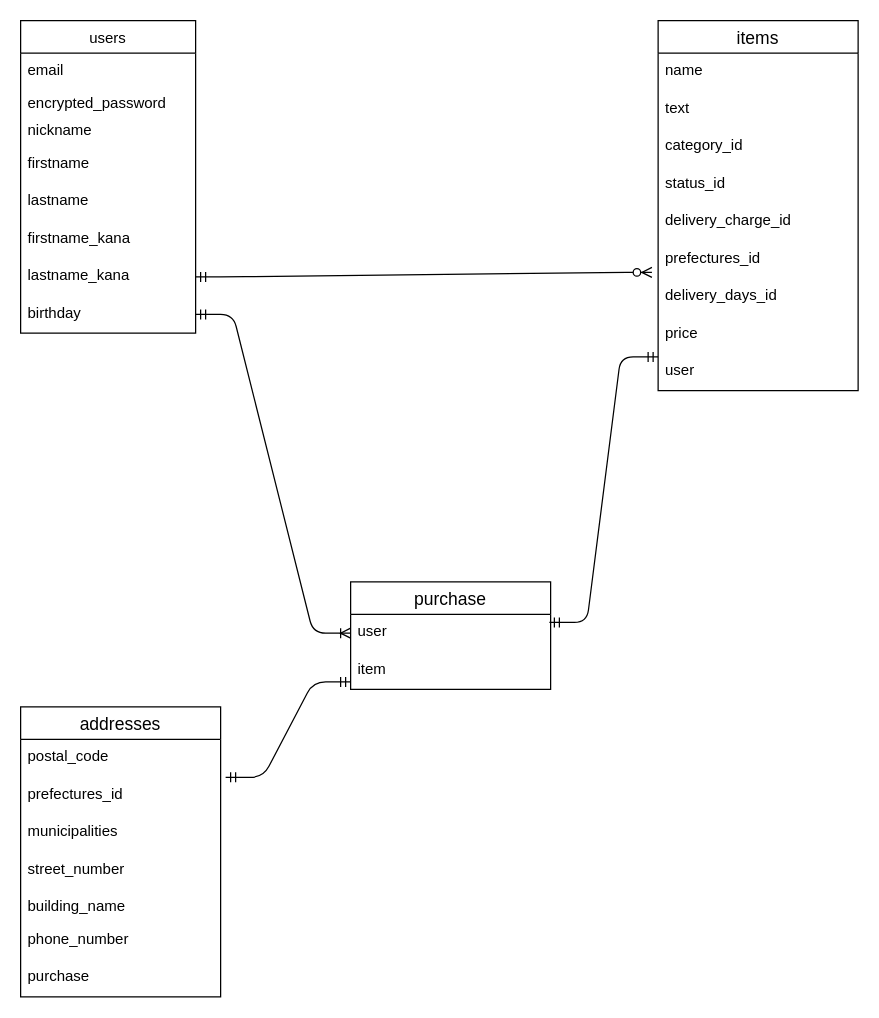
kaz-taka-1/furima-35593 keeps this draw.io diagram as furima.dio. Above is the earlier version. Source tidied: cells renumbered, new cells numbered last; positions are measured from the earlier drawing's top-left corner, leaving out a move shared by most shapes. Both pictures are drawn from the tidied source at 125%, with x=0, y=0 at pixel (20, 20).
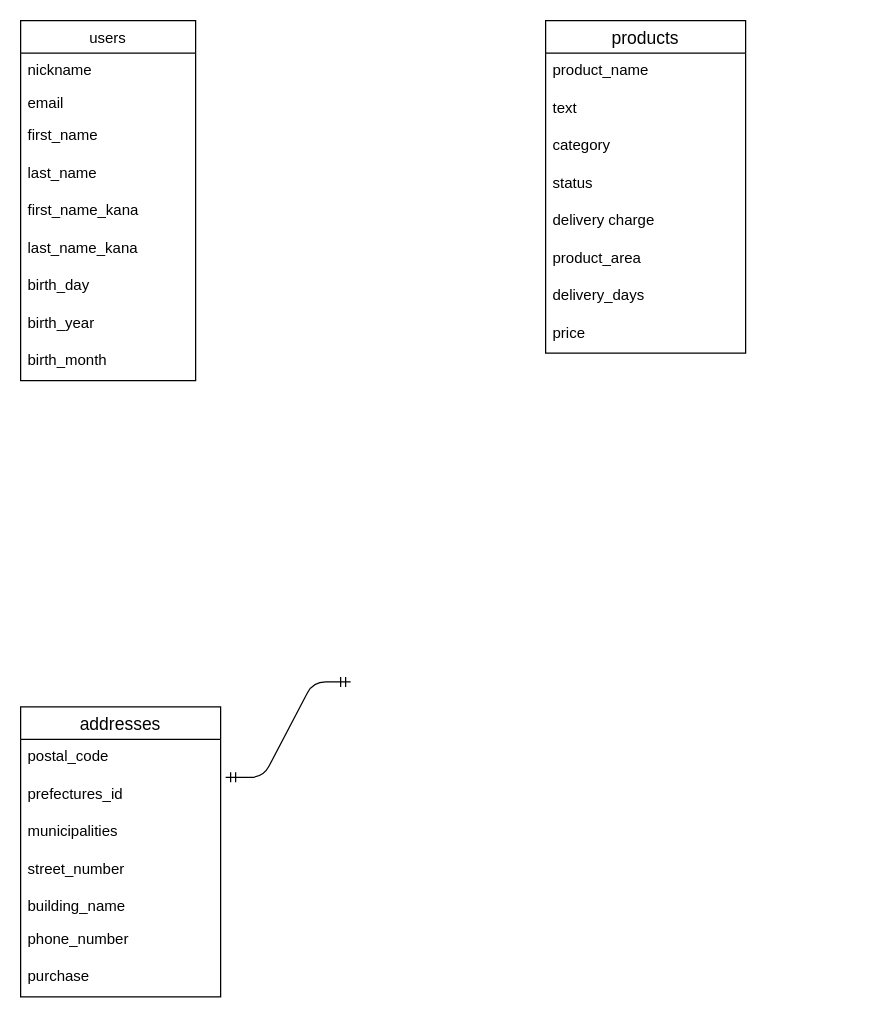
After the change.

Diff of the diagram source:
```diff
@@
     <mxCell id="2" value="users" style="swimlane;fontStyle=0;horizontal=1;startSize=26;fillColor=none;" parent="1" vertex="1">
-      <mxGeometry width="140" height="250" as="geometry" />
+      <mxGeometry width="140" height="288" as="geometry" />
     </mxCell>
+    <mxCell id="5" value="nickname" style="text;strokeColor=none;fillColor=none;align=left;verticalAlign=top;spacingLeft=4;spacingRight=4;overflow=hidden;" parent="2" vertex="1">
+      <mxGeometry y="26" width="140" height="26" as="geometry" />
+    </mxCell>
     <mxCell id="3" value="email" style="text;strokeColor=none;fillColor=none;align=left;verticalAlign=top;spacingLeft=4;spacingRight=4;overflow=hidden;" parent="2" vertex="1">
-      <mxGeometry y="26" width="140" height="26" as="geometry" />
+      <mxGeometry y="52" width="140" height="26" as="geometry" />
     </mxCell>
-    <mxCell id="4" value="encrypted_password" style="text;strokeColor=none;fillColor=none;align=left;verticalAlign=top;spacingLeft=4;spacingRight=4;overflow=hidden;" parent="2" vertex="1">
-      <mxGeometry y="52" width="140" height="22" as="geometry" />
-    </mxCell>
-    <mxCell id="5" value="nickname" style="text;strokeColor=none;fillColor=none;align=left;verticalAlign=top;spacingLeft=4;spacingRight=4;overflow=hidden;" parent="2" vertex="1">
-      <mxGeometry y="74" width="140" height="26" as="geometry" />
-    </mxCell>
-    <mxCell id="6" value="firstname" style="text;strokeColor=none;fillColor=none;spacingLeft=4;spacingRight=4;overflow=hidden;fontSize=12;" parent="2" vertex="1">
-      <mxGeometry y="100" width="140" height="30" as="geometry" />
+    <mxCell id="6" value="first_name" style="text;strokeColor=none;fillColor=none;spacingLeft=4;spacingRight=4;overflow=hidden;fontSize=12;" parent="2" vertex="1">
+      <mxGeometry y="78" width="140" height="30" as="geometry" />
     </mxCell>
-    <mxCell id="7" value="lastname" style="text;strokeColor=none;fillColor=none;spacingLeft=4;spacingRight=4;overflow=hidden;fontSize=12;" parent="2" vertex="1">
-      <mxGeometry y="130" width="140" height="30" as="geometry" />
+    <mxCell id="7" value="last_name" style="text;strokeColor=none;fillColor=none;spacingLeft=4;spacingRight=4;overflow=hidden;fontSize=12;" parent="2" vertex="1">
+      <mxGeometry y="108" width="140" height="30" as="geometry" />
     </mxCell>
-    <mxCell id="8" value="firstname_kana" style="text;strokeColor=none;fillColor=none;spacingLeft=4;spacingRight=4;overflow=hidden;fontSize=12;" parent="2" vertex="1">
-      <mxGeometry y="160" width="140" height="30" as="geometry" />
+    <mxCell id="8" value="first_name_kana" style="text;strokeColor=none;fillColor=none;spacingLeft=4;spacingRight=4;overflow=hidden;fontSize=12;" parent="2" vertex="1">
+      <mxGeometry y="138" width="140" height="30" as="geometry" />
     </mxCell>
-    <mxCell id="9" value="lastname_kana" style="text;strokeColor=none;fillColor=none;spacingLeft=4;spacingRight=4;overflow=hidden;points=[[0,0.5],[1,0.5]];portConstraint=eastwest;fontSize=12;" parent="2" vertex="1">
-      <mxGeometry y="190" width="140" height="30" as="geometry" />
+    <mxCell id="9" value="last_name_kana" style="text;strokeColor=none;fillColor=none;spacingLeft=4;spacingRight=4;overflow=hidden;points=[[0,0.5],[1,0.5]];portConstraint=eastwest;fontSize=12;" parent="2" vertex="1">
+      <mxGeometry y="168" width="140" height="30" as="geometry" />
     </mxCell>
-    <mxCell id="10" value="birthday" style="text;strokeColor=none;fillColor=none;spacingLeft=4;spacingRight=4;overflow=hidden;points=[[0,0.5],[1,0.5]];portConstraint=eastwest;fontSize=12;" parent="2" vertex="1">
-      <mxGeometry y="220" width="140" height="30" as="geometry" />
+    <mxCell id="10" value="birth_day" style="text;strokeColor=none;fillColor=none;spacingLeft=4;spacingRight=4;overflow=hidden;points=[[0,0.5],[1,0.5]];portConstraint=eastwest;fontSize=12;" parent="2" vertex="1">
+      <mxGeometry y="198" width="140" height="30" as="geometry" />
     </mxCell>
+    <mxCell id="36" value="birth_year" style="text;strokeColor=none;fillColor=none;spacingLeft=4;spacingRight=4;overflow=hidden;fontSize=12;" parent="2" vertex="1">
+      <mxGeometry y="228" width="140" height="30" as="geometry" />
+    </mxCell>
+    <mxCell id="37" value="birth_month" style="text;strokeColor=none;fillColor=none;spacingLeft=4;spacingRight=4;overflow=hidden;fontSize=12;" parent="2" vertex="1">
+      <mxGeometry y="258" width="140" height="30" as="geometry" />
+    </mxCell>
-    <mxCell id="11" value="items" style="swimlane;fontStyle=0;horizontal=1;startSize=26;align=center;fontSize=14;" parent="1" vertex="1">
-      <mxGeometry x="510" width="160" height="296" as="geometry" />
+    <mxCell id="11" value="products" style="swimlane;fontStyle=0;horizontal=1;startSize=26;align=center;fontSize=14;" parent="1" vertex="1">
+      <mxGeometry x="420" width="160" height="266" as="geometry" />
     </mxCell>
-    <mxCell id="12" value="name" style="text;strokeColor=none;fillColor=none;spacingLeft=4;spacingRight=4;overflow=hidden;fontSize=12;" parent="11" vertex="1">
+    <mxCell id="12" value="product_name" style="text;strokeColor=none;fillColor=none;spacingLeft=4;spacingRight=4;overflow=hidden;fontSize=12;" parent="11" vertex="1">
       <mxGeometry y="26" width="160" height="30" as="geometry" />
     </mxCell>
@@
-    <mxCell id="14" value="category_id" style="text;strokeColor=none;fillColor=none;spacingLeft=4;spacingRight=4;overflow=hidden;fontSize=12;" parent="11" vertex="1">
+    <mxCell id="14" value="category" style="text;strokeColor=none;fillColor=none;spacingLeft=4;spacingRight=4;overflow=hidden;fontSize=12;" parent="11" vertex="1">
       <mxGeometry y="86" width="160" height="30" as="geometry" />
     </mxCell>
-    <mxCell id="15" value="status_id" style="text;strokeColor=none;fillColor=none;spacingLeft=4;spacingRight=4;overflow=hidden;fontSize=12;" parent="11" vertex="1">
+    <mxCell id="15" value="status" style="text;strokeColor=none;fillColor=none;spacingLeft=4;spacingRight=4;overflow=hidden;fontSize=12;" parent="11" vertex="1">
       <mxGeometry y="116" width="160" height="30" as="geometry" />
     </mxCell>
-    <mxCell id="16" value="delivery_charge_id" style="text;strokeColor=none;fillColor=none;spacingLeft=4;spacingRight=4;overflow=hidden;fontSize=12;" parent="11" vertex="1">
+    <mxCell id="16" value="delivery charge" style="text;strokeColor=none;fillColor=none;spacingLeft=4;spacingRight=4;overflow=hidden;fontSize=12;" parent="11" vertex="1">
       <mxGeometry y="146" width="160" height="30" as="geometry" />
     </mxCell>
-    <mxCell id="17" value="prefectures_id" style="text;strokeColor=none;fillColor=none;spacingLeft=4;spacingRight=4;overflow=hidden;fontSize=12;" parent="11" vertex="1">
+    <mxCell id="17" value="product_area" style="text;strokeColor=none;fillColor=none;spacingLeft=4;spacingRight=4;overflow=hidden;fontSize=12;" parent="11" vertex="1">
       <mxGeometry y="176" width="160" height="30" as="geometry" />
     </mxCell>
-    <mxCell id="18" value="delivery_days_id" style="text;strokeColor=none;fillColor=none;spacingLeft=4;spacingRight=4;overflow=hidden;points=[[0,0.5],[1,0.5]];portConstraint=eastwest;fontSize=12;" parent="11" vertex="1">
+    <mxCell id="18" value="delivery_days" style="text;strokeColor=none;fillColor=none;spacingLeft=4;spacingRight=4;overflow=hidden;points=[[0,0.5],[1,0.5]];portConstraint=eastwest;fontSize=12;" parent="11" vertex="1">
       <mxGeometry y="206" width="160" height="30" as="geometry" />
     </mxCell>
-    <mxCell id="19" value="price" style="text;strokeColor=none;fillColor=none;spacingLeft=4;spacingRight=4;overflow=hidden;fontSize=12;" parent="11" vertex="1">
-      <mxGeometry y="236" width="160" height="30" as="geometry" />
-    </mxCell>
-    <mxCell id="20" value="user" style="text;strokeColor=none;fillColor=none;spacingLeft=4;spacingRight=4;overflow=hidden;fontSize=12;" parent="11" vertex="1">
-      <mxGeometry y="266" width="160" height="30" as="geometry" />
+    <mxCell id="20" value="price" style="text;strokeColor=none;fillColor=none;spacingLeft=4;spacingRight=4;overflow=hidden;fontSize=12;" parent="11" vertex="1">
+      <mxGeometry y="236" width="160" height="30" as="geometry" />
     </mxCell>
-    <mxCell id="21" style="edgeStyle=entityRelationEdgeStyle;fontSize=12;html=1;endArrow=ERzeroToMany;startArrow=ERmandOne;exitX=1;exitY=0.5;exitDx=0;exitDy=0;entryX=-0.031;entryY=-0.153;entryDx=0;entryDy=0;entryPerimeter=0;" parent="1" edge="1" source="9" target="18">
-      <mxGeometry relative="1" as="geometry" />
-    </mxCell>
-    <mxCell id="22" value="purchase" style="swimlane;fontStyle=0;horizontal=1;startSize=26;align=center;fontSize=14;" parent="1" vertex="1">
-      <mxGeometry x="264" y="449" width="160" height="86" as="geometry" />
-    </mxCell>
-    <mxCell id="23" value="user" style="text;strokeColor=none;fillColor=none;spacingLeft=4;spacingRight=4;overflow=hidden;points=[[0,0.5],[1,0.5]];portConstraint=eastwest;fontSize=12;" parent="22" vertex="1">
-      <mxGeometry y="26" width="160" height="30" as="geometry" />
-    </mxCell>
-    <mxCell id="24" value="item" style="text;strokeColor=none;fillColor=none;spacingLeft=4;spacingRight=4;overflow=hidden;fontSize=12;" parent="22" vertex="1">
-      <mxGeometry y="56" width="160" height="30" as="geometry" />
-    </mxCell>
-    <mxCell id="25" style="edgeStyle=entityRelationEdgeStyle;fontSize=12;html=1;endArrow=ERoneToMany;startArrow=ERmandOne;exitX=1;exitY=0.5;exitDx=0;exitDy=0;" parent="1" edge="1" source="10" target="23">
-      <mxGeometry relative="1" as="geometry" />
-    </mxCell>
-    <mxCell id="26" style="edgeStyle=entityRelationEdgeStyle;fontSize=12;html=1;endArrow=ERmandOne;startArrow=ERmandOne;exitX=1.019;exitY=0.213;exitDx=0;exitDy=0;exitPerimeter=0;" parent="1" edge="1">
-      <mxGeometry relative="1" as="geometry">
-        <mxPoint x="423" y="481.4" as="sourcePoint" />
-        <mxPoint x="510" y="269" as="targetPoint" />
-      </mxGeometry>
-    </mxCell>
```
